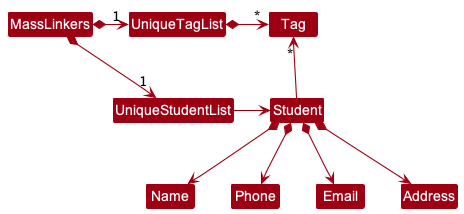
Above: docs/images/BetterModelClassDiagram.png in nus-cs2103-AY2223S1/tp (PlantUML), before the change.
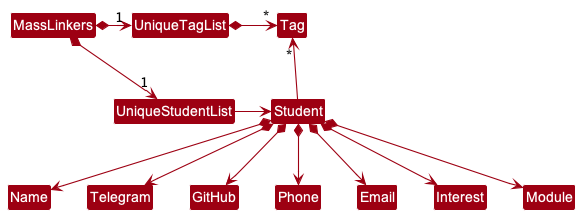
After the change.

Diff of the diagram source:
```diff
@@ -15,7 +15,10 @@
 Student -up-> "*" Tag
 
 Student *--> Name
+Student *--> Telegram
+Student *--> GitHub
 Student *--> Phone
 Student *--> Email
-Student *--> Address
+Student *--> Interest
+Student *--> Module
 @enduml
```
